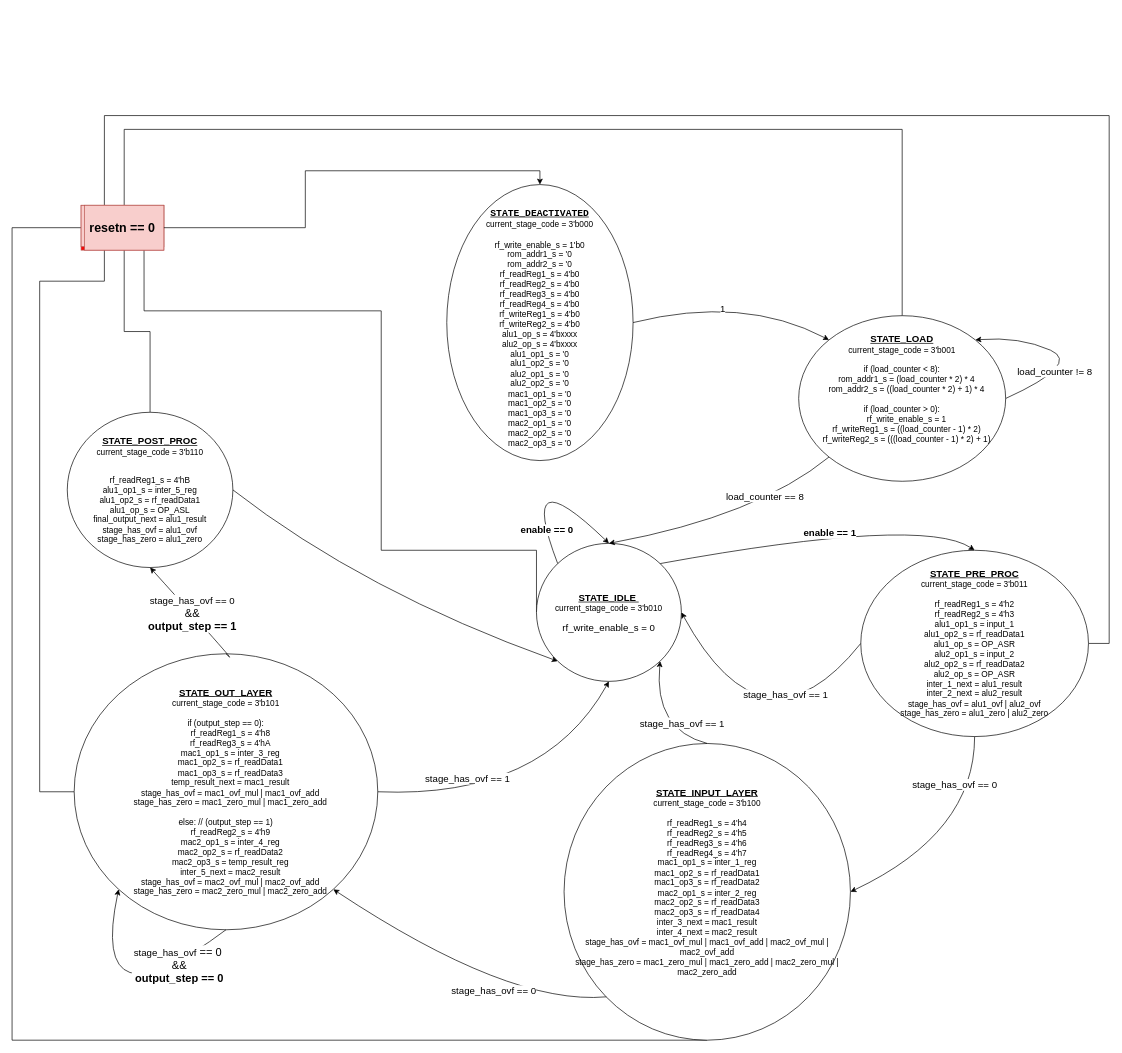
This is Report Files/fsm.drawio from ntoylker/Hardware-1, a draw.io file, before an edit. Source tidied: cells renumbered, new cells numbered last; positions are measured from the earlier drawing's top-left corner, leaving out a move shared by most shapes. Both pictures are drawn from the tidied source at 69%, with x=0, y=0 at pixel (12, 12).
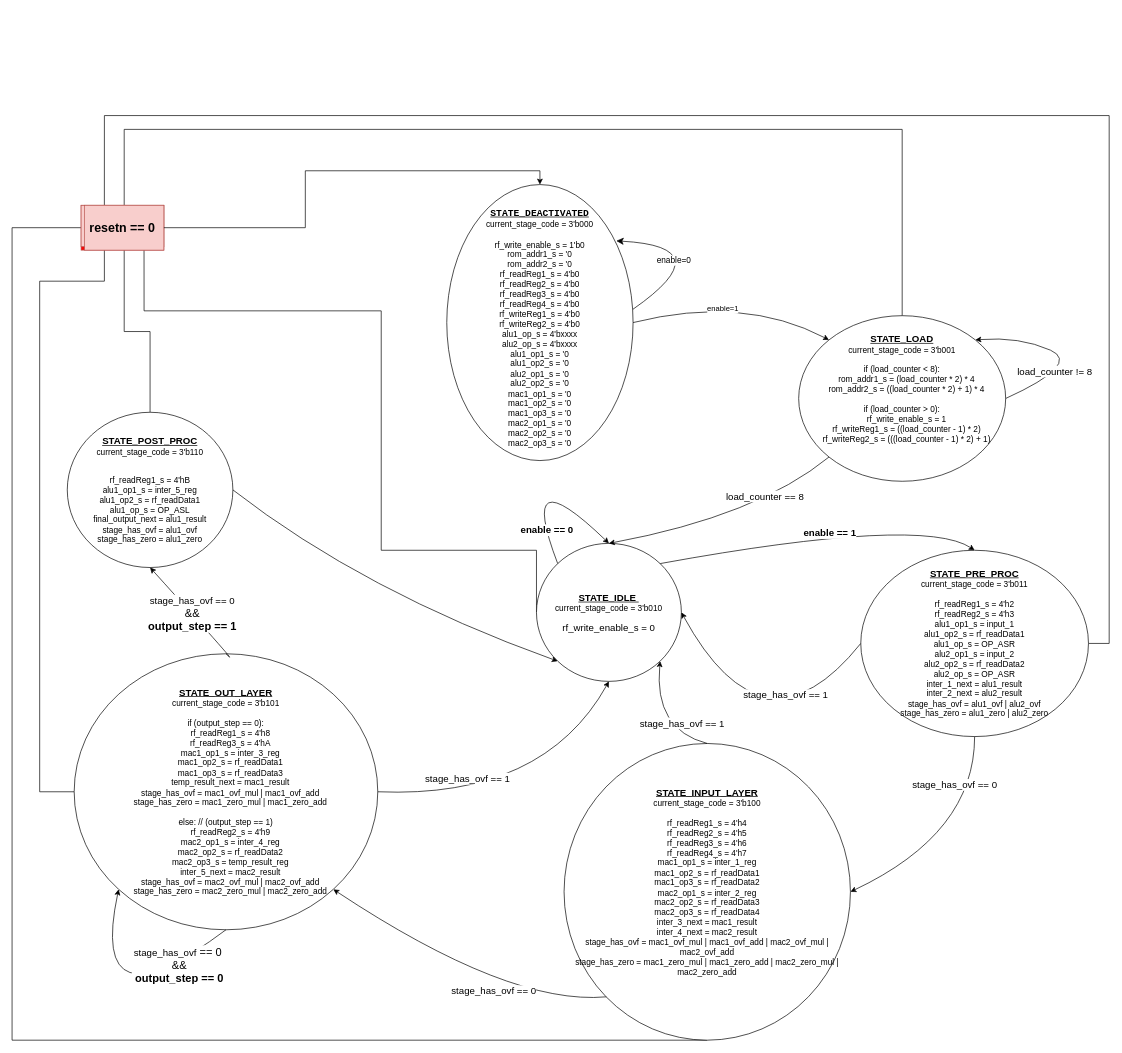
Above is the later version.

Unchanged cells that the change refers to:
```xml
<mxCell id="4" value="&lt;div&gt;&lt;font style=&quot;font-size: 14px;&quot;&gt;&lt;u&gt;&lt;code&gt;&lt;b&gt;&lt;br&gt;&lt;/b&gt;&lt;/code&gt;&lt;/u&gt;&lt;/font&gt;&lt;/div&gt;&lt;div&gt;&lt;font style=&quot;font-size: 14px;&quot;&gt;&lt;u&gt;&lt;code&gt;&lt;b&gt;&lt;br&gt;&lt;/b&gt;&lt;/code&gt;&lt;/u&gt;&lt;/font&gt;&lt;/div&gt;&lt;div&gt;&lt;font style=&quot;font-size: 14px;&quot;&gt;&lt;u&gt;&lt;code&gt;&lt;b&gt;&lt;br&gt;&lt;/b&gt;&lt;/code&gt;&lt;/u&gt;&lt;/font&gt;&lt;/div&gt;&lt;div&gt;&lt;font style=&quot;font-size: 14px;&quot;&gt;&lt;u&gt;&lt;code&gt;&lt;b&gt;STATE_DEACTIVATED&lt;/b&gt;&lt;/code&gt;&lt;/u&gt;&lt;/font&gt;&lt;font style=&quot;font-size: 14px;&quot;&gt;&lt;u&gt;&lt;b&gt;&lt;/b&gt;&lt;/u&gt;&lt;/font&gt;&lt;font style=&quot;font-size: 14px;&quot;&gt;&lt;b&gt;&lt;u&gt;&lt;br&gt;&lt;/u&gt;&lt;/b&gt;&lt;/font&gt;&lt;font style=&quot;font-size: 12px;&quot;&gt;current_stage_code = 3'b000&lt;/font&gt;&lt;/div&gt;&lt;div&gt;&lt;font style=&quot;font-size: 12px;&quot;&gt;&lt;u&gt;&lt;code&gt;&lt;b&gt;&lt;br&gt;&lt;/b&gt;&lt;/code&gt;&lt;/u&gt;&lt;/font&gt;&lt;/div&gt;&lt;div&gt;&lt;font style=&quot;font-size: 12px;&quot;&gt;rf_write_enable_s = 1'b0&lt;br&gt;rom_addr1_s = '0&lt;br&gt;rom_addr2_s = '0&lt;br&gt;rf_readReg1_s = 4'b0&lt;br&gt;rf_readReg2_s = 4'b0&lt;br&gt;rf_readReg3_s = 4'b0&lt;br&gt;rf_readReg4_s = 4'b0&lt;br&gt;rf_writeReg1_s = 4'b0&lt;br&gt;rf_writeReg2_s = 4'b0&lt;br&gt;alu1_op_s = 4'bxxxx&lt;br&gt;alu2_op_s = 4'bxxxx&lt;br&gt;alu1_op1_s = '0&lt;br&gt;alu1_op2_s = '0&lt;br&gt;alu2_op1_s = '0&lt;br&gt;alu2_op2_s = '0&lt;br&gt;mac1_op1_s = '0&lt;br&gt;mac1_op2_s = '0&lt;br&gt;mac1_op3_s = '0&lt;br&gt;mac2_op1_s = '0&lt;br&gt;mac2_op2_s = '0&lt;br&gt;mac2_op3_s = '0&lt;/font&gt;&lt;div class=&quot;source-inline-chip-container ng-star-inserted&quot;&gt;&lt;font size=&quot;3&quot;&gt;&lt;br&gt;&lt;/font&gt;&lt;/div&gt;&lt;font size=&quot;3&quot;&gt;&lt;br&gt;&lt;/font&gt;&lt;/div&gt;" style="ellipse;whiteSpace=wrap;html=1;align=center;newEdgeStyle={&quot;edgeStyle&quot;:&quot;entityRelationEdgeStyle&quot;,&quot;startArrow&quot;:&quot;none&quot;,&quot;endArrow&quot;:&quot;none&quot;,&quot;segment&quot;:10,&quot;curved&quot;:1,&quot;sourcePerimeterSpacing&quot;:0,&quot;targetPerimeterSpacing&quot;:0};" parent="1" vertex="1">
  <mxGeometry x="630" y="250" width="270" height="400" as="geometry" />
</mxCell>
<mxCell id="15" style="curved=1;endArrow=classic;html=1;rounded=0;entryX=0;entryY=0;entryDx=0;entryDy=0;exitX=1;exitY=0.5;exitDx=0;exitDy=0;" parent="1" edge="1" source="4" target="6">
  <mxGeometry relative="1" as="geometry">
    <Array as="points">
      <mxPoint x="1060" y="410" />
    </Array>
  </mxGeometry>
</mxCell>
```

What changed in the source:
```diff
@@
-    <mxCell id="16" value="&lt;font style=&quot;font-size: 14px;&quot;&gt;1&lt;/font&gt;" style="edgeLabel;html=1;align=center;verticalAlign=middle;" parent="15" vertex="1">
+    <mxCell id="16" value="enable=1" style="edgeLabel;html=1;align=center;verticalAlign=middle;" parent="15" vertex="1">
       <mxGeometry x="-0.16" y="-9" relative="1" as="geometry">
         <mxPoint x="3" y="2" as="offset" />
       </mxGeometry>
     </mxCell>
@@
+    <mxCell id="45" style="endArrow=classic;html=1;rounded=0;fontSize=12;startSize=8;endSize=8;curved=1;exitX=0.999;exitY=0.452;exitDx=0;exitDy=0;exitPerimeter=0;edgeStyle=orthogonalEdgeStyle;entryX=0.91;entryY=0.204;entryDx=0;entryDy=0;entryPerimeter=0;" parent="1" edge="1" source="4" target="4">
+      <mxGeometry relative="1" as="geometry">
+        <Array as="points">
+          <mxPoint x="1030" y="340" />
+        </Array>
+      </mxGeometry>
+    </mxCell>
+    <mxCell id="46" value="enable=0" style="edgeLabel;html=1;align=center;verticalAlign=middle;fontSize=12;" parent="45" vertex="1">
+      <mxGeometry x="0.46" y="23" relative="1" as="geometry" />
+    </mxCell>
```
